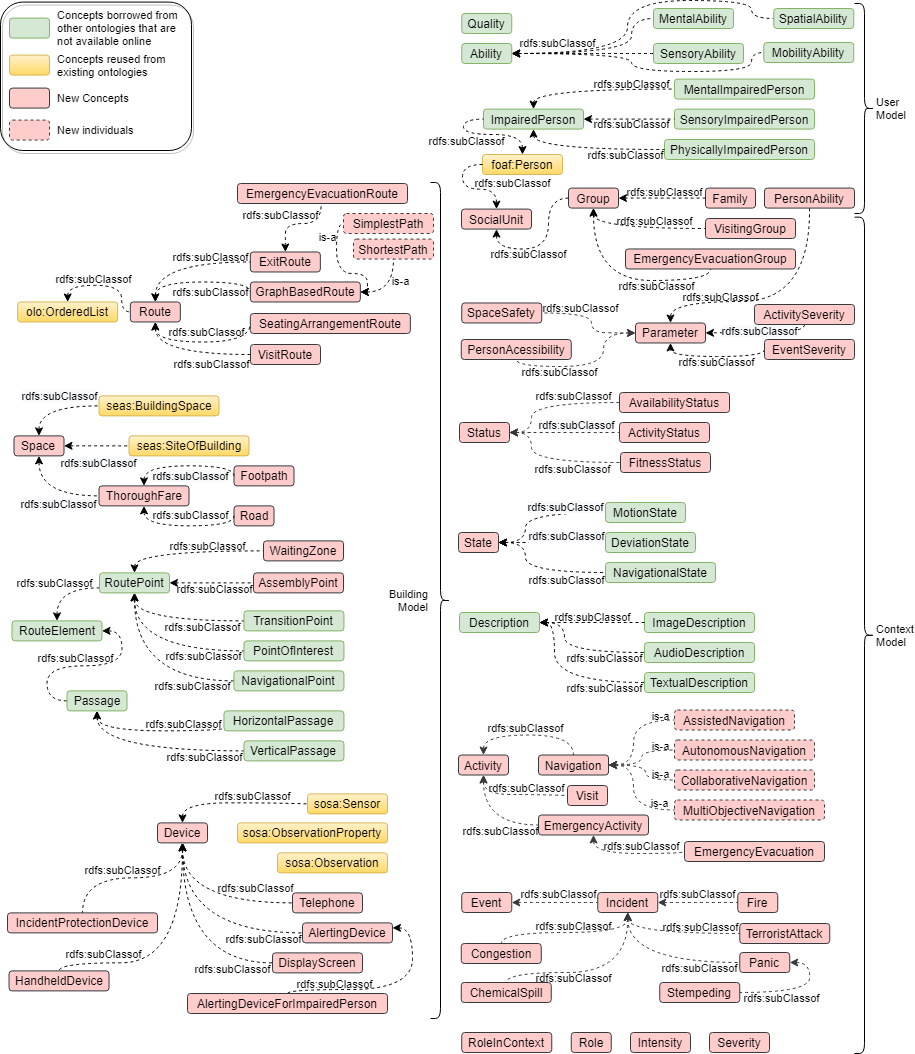
qasimkhalid/SBEO keeps this draw.io diagram as Figures/SBEO_Class_Diagram_updated.png. Above is the earlier version. Source tidied: cells renumbered, new cells last; positions are measured from the earlier drawing's top-left corner, leaving out a move shared by most shapes.
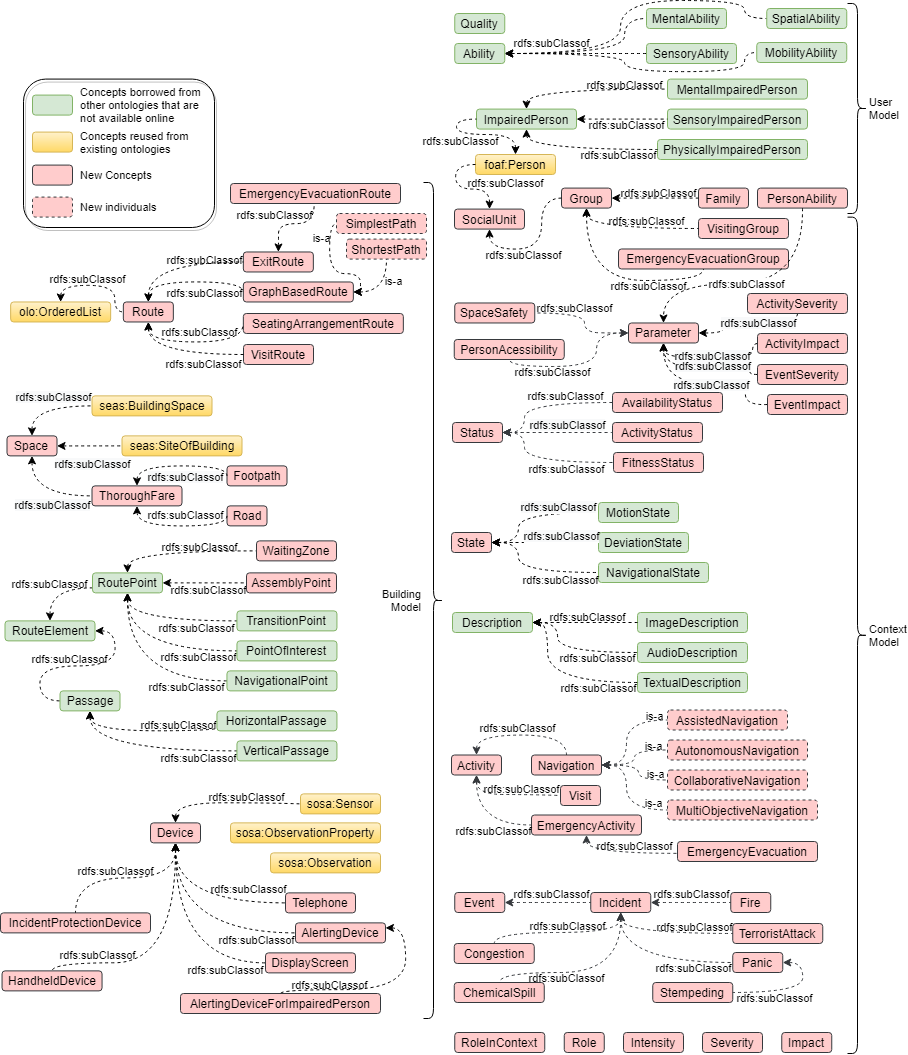
Above is the later version.

Commit message:
Update core figure with Impact concept

The edit, as a diff of the source:
```diff
@@ -604,19 +604,19 @@
       </mxGeometry>
     </mxCell>
     <mxCell id="144" style="rounded=1;whiteSpace=wrap;html=1;labelBackgroundColor=none;fillColor=none;gradientColor=none;fontSize=11;shadow=1;glass=1;" parent="1" vertex="1">
-      <mxGeometry y="1.6" width="191" height="148.4" as="geometry" />
+      <mxGeometry x="30" y="78.6" width="191" height="148.4" as="geometry" />
     </mxCell>
     <mxCell id="145" value="&lt;span&gt;&amp;nbsp; Concepts borrowed from&lt;br&gt;&amp;nbsp; other ontologies that are &lt;br&gt;&amp;nbsp; not available online&lt;br&gt;&lt;/span&gt;" style="rounded=1;html=1;labelBorderColor=none;noLabel=0;absoluteArcSize=0;movableLabel=0;shadow=0;glass=0;labelBackgroundColor=none;fillColor=#d5e8d4;fontSize=11;strokeColor=#82b366;labelPosition=right;verticalLabelPosition=middle;align=left;verticalAlign=middle;" parent="1" vertex="1">
-      <mxGeometry x="9" y="17.6" width="40" height="20" as="geometry" />
+      <mxGeometry x="39" y="94.6" width="40" height="20" as="geometry" />
     </mxCell>
     <mxCell id="146" value="&lt;span&gt;&amp;nbsp; New Concepts&lt;br&gt;&lt;/span&gt;" style="rounded=1;html=1;labelBorderColor=none;noLabel=0;absoluteArcSize=0;movableLabel=0;shadow=0;glass=0;labelBackgroundColor=none;fontSize=11;labelPosition=right;verticalLabelPosition=middle;align=left;verticalAlign=middle;fillColor=#ffcccc;strokeColor=#36393d;" parent="1" vertex="1">
-      <mxGeometry x="9" y="87.6" width="40" height="20" as="geometry" />
+      <mxGeometry x="39" y="164.6" width="40" height="20" as="geometry" />
     </mxCell>
     <mxCell id="147" value="&lt;span&gt;&amp;nbsp; New individuals&lt;br&gt;&lt;/span&gt;" style="rounded=1;html=1;labelBorderColor=none;noLabel=0;absoluteArcSize=0;movableLabel=0;shadow=0;glass=0;labelBackgroundColor=none;fontSize=11;dashed=1;fillColor=#ffcccc;labelPosition=right;verticalLabelPosition=middle;align=left;verticalAlign=middle;strokeColor=#36393d;" parent="1" vertex="1">
-      <mxGeometry x="9" y="119.6" width="40" height="20" as="geometry" />
+      <mxGeometry x="39" y="196.6" width="40" height="20" as="geometry" />
     </mxCell>
     <mxCell id="148" value="&lt;div&gt;&lt;span&gt;&amp;nbsp; Concepts reused from&amp;nbsp;&lt;/span&gt;&lt;/div&gt;&amp;nbsp; existing ontologies" style="rounded=1;shadow=0;glass=0;labelBackgroundColor=none;fillColor=#fff2cc;fontSize=11;strokeColor=#d6b656;labelPosition=right;verticalLabelPosition=middle;align=left;verticalAlign=middle;html=1;gradientColor=#ffd966;" parent="1" vertex="1">
-      <mxGeometry x="9" y="54.6" width="40" height="20" as="geometry" />
+      <mxGeometry x="39" y="131.6" width="40" height="20" as="geometry" />
     </mxCell>
     <mxCell id="149" value="&lt;span&gt;Event&lt;br&gt;&lt;/span&gt;" style="rounded=1;whiteSpace=wrap;html=1;labelBorderColor=none;snapToPoint=0;portConstraintRotation=0;noLabel=0;absoluteArcSize=0;movableLabel=0;comic=0;fillColor=#ffcccc;strokeColor=#36393d;" parent="1" vertex="1">
       <mxGeometry x="461.2" y="892" width="50" height="20" as="geometry" />
@@ -962,47 +962,49 @@
     <mxCell id="223" style="edgeStyle=orthogonalEdgeStyle;curved=1;jettySize=auto;html=1;exitX=0.5;exitY=1;exitDx=0;exitDy=0;entryX=1;entryY=0.5;entryDx=0;entryDy=0;dashed=1;" parent="1" edge="1" source="225" target="216">
       <mxGeometry relative="1" as="geometry">
         <Array as="points">
-          <mxPoint x="804" y="332" />
-          <mxPoint x="730" y="332" />
+          <mxPoint x="804" y="323" />
+          <mxPoint x="730" y="323" />
+          <mxPoint x="730" y="333" />
         </Array>
       </mxGeometry>
     </mxCell>
     <mxCell id="224" value="&lt;span style=&quot;background-color: rgb(248 , 249 , 250)&quot;&gt;rdfs:subClassof&lt;/span&gt;" style="edgeLabel;html=1;align=center;verticalAlign=middle;" parent="223" vertex="1">
       <mxGeometry x="0.42" y="-2" relative="1" as="geometry">
-        <mxPoint x="21" y="0.6" as="offset" />
+        <mxPoint x="35.2" y="0.1" as="offset" />
       </mxGeometry>
     </mxCell>
-    <mxCell id="225" value="&lt;span&gt;ActivitySeverity&lt;br&gt;&lt;/span&gt;" style="rounded=1;whiteSpace=wrap;html=1;labelBorderColor=none;snapToPoint=0;portConstraintRotation=0;noLabel=0;absoluteArcSize=0;movableLabel=0;comic=0;fillColor=#ffcccc;strokeColor=#36393d;" parent="1" vertex="1">
-      <mxGeometry x="754" y="304" width="100" height="20" as="geometry" />
+    <mxCell id="225" value="ActivitySeverity&lt;span&gt;&lt;br&gt;&lt;/span&gt;" style="rounded=1;whiteSpace=wrap;html=1;labelBorderColor=none;snapToPoint=0;portConstraintRotation=0;noLabel=0;absoluteArcSize=0;movableLabel=0;comic=0;fillColor=#ffcccc;strokeColor=#36393d;" parent="1" vertex="1">
+      <mxGeometry x="754" y="293" width="100" height="20" as="geometry" />
     </mxCell>
     <mxCell id="226" style="edgeStyle=orthogonalEdgeStyle;curved=1;jettySize=auto;html=1;exitX=0;exitY=0.5;exitDx=0;exitDy=0;entryX=0.5;entryY=1;entryDx=0;entryDy=0;dashed=1;" parent="1" edge="1" source="228" target="216">
       <mxGeometry relative="1" as="geometry">
         <Array as="points">
-          <mxPoint x="764" y="356" />
-          <mxPoint x="670" y="356" />
+          <mxPoint x="759" y="343" />
+          <mxPoint x="759" y="358" />
+          <mxPoint x="670" y="358" />
         </Array>
       </mxGeometry>
     </mxCell>
-    <mxCell id="227" value="&lt;span style=&quot;&quot;&gt;rdfs:subClassof&lt;/span&gt;" style="edgeLabel;html=1;align=center;verticalAlign=middle;labelBackgroundColor=none;" parent="226" vertex="1">
-      <mxGeometry x="-0.24" relative="1" as="geometry">
-        <mxPoint x="-12.7" y="5" as="offset" />
+    <mxCell id="227" value="&lt;span style=&quot;background-color: rgb(248 , 249 , 250)&quot;&gt;rdfs:subClassof&lt;/span&gt;" style="edgeLabel;html=1;align=center;verticalAlign=middle;" parent="226" vertex="1">
+      <mxGeometry x="0.01" relative="1" as="geometry">
+        <mxPoint x="1.7" y="-3" as="offset" />
       </mxGeometry>
     </mxCell>
-    <mxCell id="228" value="&lt;span&gt;EventSeverity&lt;br&gt;&lt;/span&gt;" style="rounded=1;whiteSpace=wrap;html=1;labelBorderColor=none;snapToPoint=0;portConstraintRotation=0;noLabel=0;absoluteArcSize=0;movableLabel=0;comic=0;fillColor=#ffcccc;strokeColor=#36393d;" parent="1" vertex="1">
-      <mxGeometry x="764" y="339" width="90" height="20" as="geometry" />
+    <mxCell id="228" value="ActivityImpact&lt;span&gt;&lt;br&gt;&lt;/span&gt;" style="rounded=1;whiteSpace=wrap;html=1;labelBorderColor=none;snapToPoint=0;portConstraintRotation=0;noLabel=0;absoluteArcSize=0;movableLabel=0;comic=0;fillColor=#ffcccc;strokeColor=#36393d;" parent="1" vertex="1">
+      <mxGeometry x="764" y="333" width="90" height="20" as="geometry" />
     </mxCell>
     <mxCell id="229" style="edgeStyle=orthogonalEdgeStyle;curved=1;jettySize=auto;html=1;exitX=0.5;exitY=1;exitDx=0;exitDy=0;entryX=0.5;entryY=0;entryDx=0;entryDy=0;dashed=1;" parent="1" edge="1" source="231" target="216">
       <mxGeometry relative="1" as="geometry">
         <Array as="points">
           <mxPoint x="810" y="208" />
-          <mxPoint x="810" y="301" />
-          <mxPoint x="670" y="301" />
+          <mxPoint x="810" y="283" />
+          <mxPoint x="670" y="283" />
         </Array>
       </mxGeometry>
     </mxCell>
-    <mxCell id="230" value="&lt;span style=&quot;&quot;&gt;rdfs:subClassof&lt;/span&gt;" style="edgeLabel;html=1;align=center;verticalAlign=middle;labelBackgroundColor=none;labelBorderColor=none;" parent="229" vertex="1">
+    <mxCell id="230" value="&lt;span style=&quot;&quot;&gt;rdfs:subClassof&lt;/span&gt;" style="edgeLabel;html=1;align=center;verticalAlign=middle;labelBackgroundColor=#ffffff;labelBorderColor=none;" parent="229" vertex="1">
       <mxGeometry x="-0.13" y="-6" relative="1" as="geometry">
-        <mxPoint x="-72.4" y="1" as="offset" />
+        <mxPoint x="-22.4" y="5" as="offset" />
       </mxGeometry>
     </mxCell>
     <mxCell id="231" value="&lt;span&gt;PersonAbility&lt;br&gt;&lt;/span&gt;" style="rounded=1;whiteSpace=wrap;html=1;labelBorderColor=none;snapToPoint=0;portConstraintRotation=0;noLabel=0;absoluteArcSize=0;movableLabel=0;comic=0;fillColor=#ffcccc;strokeColor=#36393d;" parent="1" vertex="1">
@@ -1074,5 +1076,40 @@
     <mxCell id="246" value="&lt;span&gt;MobilityAbility&lt;br&gt;&lt;/span&gt;" style="rounded=1;whiteSpace=wrap;html=1;labelBorderColor=none;snapToPoint=0;portConstraintRotation=0;noLabel=0;absoluteArcSize=0;movableLabel=0;comic=0;fillColor=#d5e8d4;strokeColor=#82b366;" parent="1" vertex="1">
       <mxGeometry x="763.2" y="42" width="90" height="20" as="geometry" />
     </mxCell>
+    <mxCell id="247" value="&lt;span&gt;Impact&lt;br&gt;&lt;/span&gt;" style="rounded=1;whiteSpace=wrap;html=1;labelBorderColor=none;noLabel=0;absoluteArcSize=0;movableLabel=0;comic=0;fillColor=#ffcccc;strokeColor=#36393d;" parent="1" vertex="1">
+      <mxGeometry x="788.2" y="1032" width="50" height="20" as="geometry" />
+    </mxCell>
+    <mxCell id="248" style="edgeStyle=orthogonalEdgeStyle;curved=1;jettySize=auto;html=1;exitX=0;exitY=0.5;exitDx=0;exitDy=0;entryX=0.5;entryY=1;entryDx=0;entryDy=0;dashed=1;" parent="1" edge="1" source="250" target="216">
+      <mxGeometry relative="1" as="geometry">
+        <Array as="points">
+          <mxPoint x="752" y="405" />
+          <mxPoint x="752" y="382" />
+          <mxPoint x="670" y="382" />
+        </Array>
+      </mxGeometry>
+    </mxCell>
+    <mxCell id="249" value="&lt;span style=&quot;font-family: &amp;#34;helvetica&amp;#34; ; background-color: rgb(248 , 249 , 250)&quot;&gt;rdfs:subClassof&lt;/span&gt;" style="edgeLabel;html=1;align=center;verticalAlign=middle;" parent="248" vertex="1">
+      <mxGeometry x="-0.64" y="-1" relative="1" as="geometry">
+        <mxPoint x="-36" y="-15.2" as="offset" />
+      </mxGeometry>
+    </mxCell>
+    <mxCell id="250" value="&lt;span&gt;EventImpact&lt;br&gt;&lt;/span&gt;" style="rounded=1;whiteSpace=wrap;html=1;labelBorderColor=none;snapToPoint=0;portConstraintRotation=0;noLabel=0;absoluteArcSize=0;movableLabel=0;comic=0;fillColor=#ffcccc;strokeColor=#36393d;" parent="1" vertex="1">
+      <mxGeometry x="774" y="394" width="80" height="20" as="geometry" />
+    </mxCell>
+    <mxCell id="251" style="edgeStyle=orthogonalEdgeStyle;jettySize=auto;html=1;exitX=0;exitY=0.5;exitDx=0;exitDy=0;entryX=0.5;entryY=1;entryDx=0;entryDy=0;curved=1;dashed=1;" parent="1" edge="1" source="252" target="216">
+      <mxGeometry relative="1" as="geometry">
+        <Array as="points">
+          <mxPoint x="756" y="374" />
+          <mxPoint x="756" y="368" />
+          <mxPoint x="670" y="368" />
+        </Array>
+      </mxGeometry>
+    </mxCell>
+    <mxCell id="252" value="&lt;span&gt;EventSeverity&lt;br&gt;&lt;/span&gt;" style="rounded=1;whiteSpace=wrap;html=1;labelBorderColor=none;snapToPoint=0;portConstraintRotation=0;noLabel=0;absoluteArcSize=0;movableLabel=0;comic=0;fillColor=#ffcccc;strokeColor=#36393d;" parent="1" vertex="1">
+      <mxGeometry x="764" y="364" width="90" height="20" as="geometry" />
+    </mxCell>
+    <mxCell id="253" value="&lt;span style=&quot;color: rgb(0, 0, 0); font-family: helvetica; font-size: 11px; font-style: normal; font-weight: 400; letter-spacing: normal; text-align: center; text-indent: 0px; text-transform: none; word-spacing: 0px; background-color: rgb(248, 249, 250); display: inline; float: none;&quot;&gt;rdfs:subClassof&lt;/span&gt;" style="text;whiteSpace=wrap;html=1;" parent="1" vertex="1">
+      <mxGeometry x="680" y="352" width="100" height="30" as="geometry" />
+    </mxCell>
   </root>
 </mxGraphModel>
```
